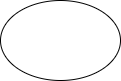
This is explore/diagramming/diagram.drawio.png from gingersmith4/sp24-cse110-lab4, a draw.io export, as it was before one commit. Source tidied: cells renumbered, new cells last; positions are measured from the earlier drawing's top-left corner, leaving out a move shared by most shapes. Its diagram source:
```xml
<mxGraphModel>
  <root>
    <mxCell id="0" />
    <mxCell id="1" parent="0" />
    <mxCell id="2" style="ellipse;whiteSpace=wrap;html=1;" parent="1" vertex="1">
      <mxGeometry width="120" height="80" as="geometry" />
    </mxCell>
  </root>
</mxGraphModel>
```
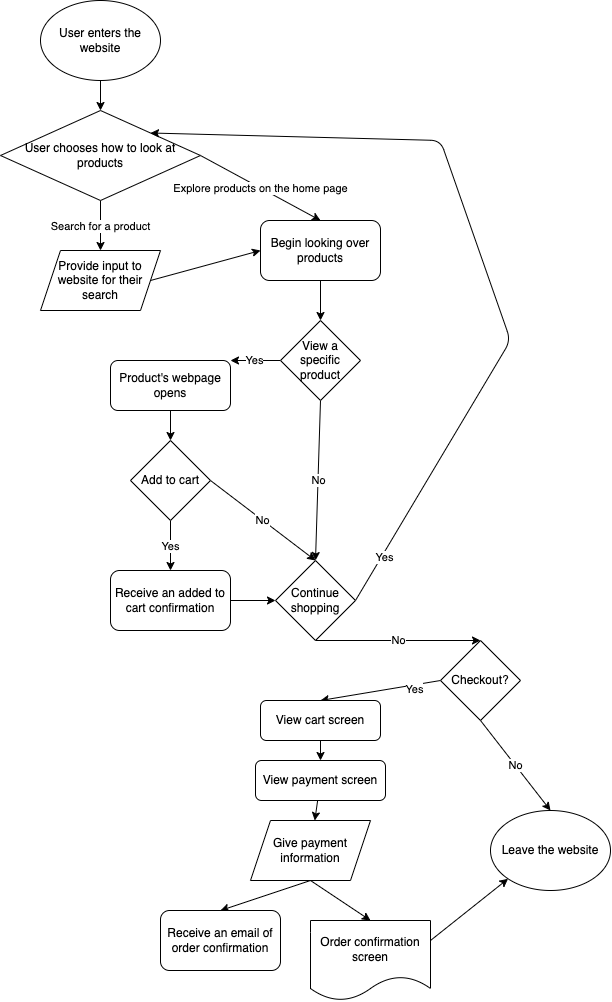
Above is the later version.

Commit message:
Issue with diagram?

The edit, as a diff of the source:
```diff
@@ -2,8 +2,121 @@
   <root>
     <mxCell id="0" />
     <mxCell id="1" parent="0" />
+    <mxCell id="3" style="edgeStyle=none;html=1;exitX=0.5;exitY=1;exitDx=0;exitDy=0;entryX=0.5;entryY=0;entryDx=0;entryDy=0;" parent="1" edge="1" source="2" target="6">
+      <mxGeometry relative="1" as="geometry" />
+    </mxCell>
-    <mxCell id="2" style="ellipse;whiteSpace=wrap;html=1;" parent="1" vertex="1">
+    <mxCell id="2" value="User enters the website" style="ellipse;whiteSpace=wrap;html=1;" parent="1" vertex="1">
       <mxGeometry width="120" height="80" as="geometry" />
     </mxCell>
+    <mxCell id="4" value="Search for a product" style="edgeStyle=none;html=1;exitX=0.5;exitY=1;exitDx=0;exitDy=0;entryX=0.5;entryY=0;entryDx=0;entryDy=0;" parent="1" edge="1" source="6" target="35">
+      <mxGeometry relative="1" as="geometry" />
+    </mxCell>
+    <mxCell id="5" value="Explore products on the home page" style="edgeStyle=none;html=1;entryX=0.5;entryY=0;entryDx=0;entryDy=0;exitX=1;exitY=0.5;exitDx=0;exitDy=0;" parent="1" edge="1" source="6" target="9">
+      <mxGeometry relative="1" as="geometry" />
+    </mxCell>
+    <mxCell id="6" value="User chooses how to look at products" style="rhombus;whiteSpace=wrap;html=1;" parent="1" vertex="1">
+      <mxGeometry x="-40" y="110" width="200" height="90" as="geometry" />
+    </mxCell>
+    <mxCell id="7" style="edgeStyle=none;html=1;exitX=1;exitY=0.5;exitDx=0;exitDy=0;entryX=0;entryY=0.5;entryDx=0;entryDy=0;" parent="1" edge="1" source="35" target="9">
+      <mxGeometry relative="1" as="geometry" />
+    </mxCell>
+    <mxCell id="8" style="edgeStyle=none;html=1;" parent="1" edge="1" source="9" target="12">
+      <mxGeometry relative="1" as="geometry" />
+    </mxCell>
+    <mxCell id="9" value="Begin looking over products" style="rounded=1;whiteSpace=wrap;html=1;" parent="1" vertex="1">
+      <mxGeometry x="220" y="220" width="120" height="60" as="geometry" />
+    </mxCell>
+    <mxCell id="10" value="Yes" style="edgeStyle=none;html=1;exitX=0;exitY=0.5;exitDx=0;exitDy=0;entryX=1;entryY=0;entryDx=0;entryDy=0;" parent="1" edge="1" source="12" target="20">
+      <mxGeometry relative="1" as="geometry" />
+    </mxCell>
+    <mxCell id="11" value="No" style="edgeStyle=none;html=1;exitX=0.5;exitY=1;exitDx=0;exitDy=0;entryX=0.5;entryY=0;entryDx=0;entryDy=0;" parent="1" edge="1" source="12" target="15">
+      <mxGeometry relative="1" as="geometry" />
+    </mxCell>
+    <mxCell id="12" value="View a specific product" style="rhombus;whiteSpace=wrap;html=1;" parent="1" vertex="1">
+      <mxGeometry x="240" y="320" width="80" height="80" as="geometry" />
+    </mxCell>
+    <mxCell id="13" value="Yes" style="edgeStyle=none;html=1;exitX=1;exitY=0.5;exitDx=0;exitDy=0;entryX=1;entryY=0;entryDx=0;entryDy=0;" parent="1" edge="1" source="15" target="6">
+      <mxGeometry x="-0.88" y="-3" relative="1" as="geometry">
+        <Array as="points">
+          <mxPoint x="470" y="340" />
+          <mxPoint x="400" y="140" />
+        </Array>
+      </mxGeometry>
+    </mxCell>
+    <mxCell id="14" value="No" style="edgeStyle=none;html=1;exitX=0.5;exitY=1;exitDx=0;exitDy=0;entryX=0.5;entryY=0;entryDx=0;entryDy=0;" parent="1" edge="1" source="15" target="26">
+      <mxGeometry relative="1" as="geometry" />
+    </mxCell>
+    <mxCell id="15" value="Continue shopping" style="rhombus;whiteSpace=wrap;html=1;" parent="1" vertex="1">
+      <mxGeometry x="235" y="560" width="80" height="80" as="geometry" />
+    </mxCell>
+    <mxCell id="16" value="Yes" style="edgeStyle=none;html=1;exitX=0.5;exitY=1;exitDx=0;exitDy=0;entryX=0.5;entryY=0;entryDx=0;entryDy=0;" parent="1" edge="1" source="18" target="22">
+      <mxGeometry relative="1" as="geometry" />
+    </mxCell>
+    <mxCell id="17" value="No" style="edgeStyle=none;html=1;exitX=1;exitY=0.5;exitDx=0;exitDy=0;entryX=0.5;entryY=0;entryDx=0;entryDy=0;" parent="1" edge="1" source="18" target="15">
+      <mxGeometry relative="1" as="geometry" />
+    </mxCell>
+    <mxCell id="18" value="Add to cart" style="rhombus;whiteSpace=wrap;html=1;" parent="1" vertex="1">
+      <mxGeometry x="90" y="440" width="80" height="80" as="geometry" />
+    </mxCell>
+    <mxCell id="19" style="edgeStyle=none;html=1;exitX=0.5;exitY=1;exitDx=0;exitDy=0;entryX=0.5;entryY=0;entryDx=0;entryDy=0;" parent="1" edge="1" source="20" target="18">
+      <mxGeometry relative="1" as="geometry" />
+    </mxCell>
+    <mxCell id="20" value="Product's webpage opens" style="rounded=1;whiteSpace=wrap;html=1;" parent="1" vertex="1">
+      <mxGeometry x="70" y="360" width="120" height="50" as="geometry" />
+    </mxCell>
+    <mxCell id="21" style="edgeStyle=none;html=1;exitX=1;exitY=0.5;exitDx=0;exitDy=0;entryX=0;entryY=0.5;entryDx=0;entryDy=0;" parent="1" edge="1" source="22" target="15">
+      <mxGeometry relative="1" as="geometry" />
+    </mxCell>
+    <mxCell id="22" value="Receive an added to cart confirmation" style="rounded=1;whiteSpace=wrap;html=1;" parent="1" vertex="1">
+      <mxGeometry x="70" y="570" width="120" height="60" as="geometry" />
+    </mxCell>
+    <mxCell id="23" value="No" style="edgeStyle=none;html=1;exitX=0.5;exitY=1;exitDx=0;exitDy=0;entryX=0.5;entryY=0;entryDx=0;entryDy=0;" parent="1" edge="1" source="26" target="27">
+      <mxGeometry relative="1" as="geometry" />
+    </mxCell>
+    <mxCell id="24" style="edgeStyle=none;html=1;exitX=0;exitY=0.5;exitDx=0;exitDy=0;entryX=0.5;entryY=0;entryDx=0;entryDy=0;" parent="1" edge="1" source="26" target="29">
+      <mxGeometry relative="1" as="geometry" />
+    </mxCell>
+    <mxCell id="25" value="Yes" style="edgeLabel;html=1;align=center;verticalAlign=middle;" parent="24" vertex="1">
+      <mxGeometry x="-0.52" y="3" relative="1" as="geometry" />
+    </mxCell>
+    <mxCell id="26" value="Checkout?" style="rhombus;whiteSpace=wrap;html=1;" parent="1" vertex="1">
+      <mxGeometry x="400" y="640" width="80" height="80" as="geometry" />
+    </mxCell>
+    <mxCell id="27" value="Leave the website" style="ellipse;whiteSpace=wrap;html=1;" parent="1" vertex="1">
+      <mxGeometry x="450" y="810" width="120" height="80" as="geometry" />
+    </mxCell>
+    <mxCell id="28" style="edgeStyle=none;html=1;" parent="1" edge="1" source="29" target="31">
+      <mxGeometry relative="1" as="geometry" />
+    </mxCell>
+    <mxCell id="29" value="View cart screen" style="rounded=1;whiteSpace=wrap;html=1;" parent="1" vertex="1">
+      <mxGeometry x="220" y="700" width="120" height="40" as="geometry" />
+    </mxCell>
+    <mxCell id="30" style="edgeStyle=none;html=1;" parent="1" edge="1" source="31" target="34">
+      <mxGeometry relative="1" as="geometry" />
+    </mxCell>
+    <mxCell id="31" value="View payment screen" style="rounded=1;whiteSpace=wrap;html=1;" parent="1" vertex="1">
+      <mxGeometry x="215" y="760" width="130" height="40" as="geometry" />
+    </mxCell>
+    <mxCell id="32" style="edgeStyle=none;html=1;exitX=0.5;exitY=1;exitDx=0;exitDy=0;entryX=0.5;entryY=0;entryDx=0;entryDy=0;" parent="1" edge="1" source="34" target="38">
+      <mxGeometry relative="1" as="geometry" />
+    </mxCell>
+    <mxCell id="33" style="edgeStyle=none;html=1;exitX=0.5;exitY=1;exitDx=0;exitDy=0;entryX=0.5;entryY=0;entryDx=0;entryDy=0;" parent="1" edge="1" source="34" target="37">
+      <mxGeometry relative="1" as="geometry" />
+    </mxCell>
+    <mxCell id="34" value="Give payment information" style="shape=parallelogram;perimeter=parallelogramPerimeter;whiteSpace=wrap;html=1;fixedSize=1;" parent="1" vertex="1">
+      <mxGeometry x="210" y="820" width="120" height="60" as="geometry" />
+    </mxCell>
+    <mxCell id="35" value="Provide input to website for their search" style="shape=parallelogram;perimeter=parallelogramPerimeter;whiteSpace=wrap;html=1;fixedSize=1;" parent="1" vertex="1">
+      <mxGeometry y="250" width="120" height="60" as="geometry" />
+    </mxCell>
+    <mxCell id="36" style="edgeStyle=none;html=1;exitX=1;exitY=0.25;exitDx=0;exitDy=0;entryX=0;entryY=1;entryDx=0;entryDy=0;" parent="1" edge="1" source="37" target="27">
+      <mxGeometry relative="1" as="geometry" />
+    </mxCell>
+    <mxCell id="37" value="Order confirmation screen" style="shape=document;whiteSpace=wrap;html=1;boundedLbl=1;" parent="1" vertex="1">
+      <mxGeometry x="270" y="920" width="120" height="80" as="geometry" />
+    </mxCell>
+    <mxCell id="38" value="Receive an email of order confirmation" style="rounded=1;whiteSpace=wrap;html=1;" parent="1" vertex="1">
+      <mxGeometry x="120" y="910" width="120" height="60" as="geometry" />
+    </mxCell>
   </root>
 </mxGraphModel>
```
